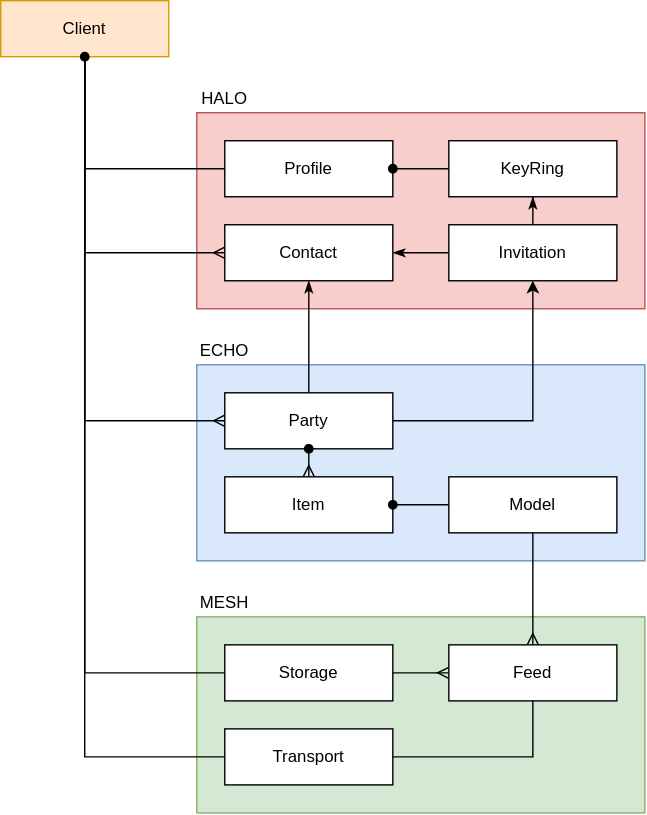
This is docs/content/diagrams/api.svg from dxos-deprecated/sdk, a draw.io export, as it was before one commit. Source tidied: cells renumbered, new cells last; positions are measured from the earlier drawing's top-left corner, leaving out a move shared by most shapes.
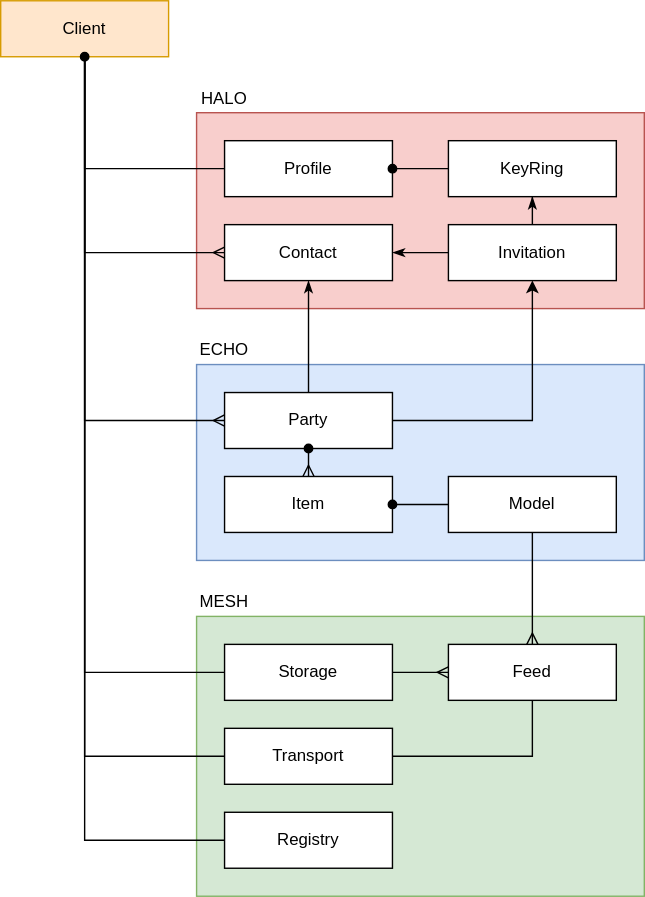
The same file after the commit.

Diff of the diagram source:
```diff
@@ -3,7 +3,7 @@
     <mxCell id="0" />
     <mxCell id="1" parent="0" />
     <mxCell id="2" style="rounded=0;whiteSpace=wrap;html=1;fillColor=#d5e8d4;strokeColor=#82b366;" parent="1" vertex="1">
-      <mxGeometry x="140" y="440" width="320" height="140" as="geometry" />
+      <mxGeometry x="140" y="440" width="320" height="200" as="geometry" />
     </mxCell>
     <mxCell id="3" style="rounded=0;whiteSpace=wrap;html=1;fillColor=#dae8fc;strokeColor=#6c8ebf;" parent="1" vertex="1">
       <mxGeometry x="140" y="260" width="320" height="140" as="geometry" />
@@ -17,6 +17,9 @@
     <mxCell id="6" style="edgeStyle=orthogonalEdgeStyle;rounded=0;jettySize=auto;html=1;exitX=0.5;exitY=1;exitDx=0;exitDy=0;entryX=0;entryY=0.5;entryDx=0;entryDy=0;startArrow=none;startFill=0;endArrow=none;endFill=0;" parent="1" edge="1" source="7" target="33">
       <mxGeometry relative="1" as="geometry" />
     </mxCell>
+    <mxCell id="34" style="edgeStyle=orthogonalEdgeStyle;rounded=0;jettySize=auto;html=1;exitX=0.5;exitY=1;exitDx=0;exitDy=0;entryX=0;entryY=0.5;entryDx=0;entryDy=0;endArrow=none;endFill=0;" parent="1" edge="1" source="7" target="35">
+      <mxGeometry relative="1" as="geometry" />
+    </mxCell>
     <mxCell id="7" value="Client" style="rounded=0;whiteSpace=wrap;html=1;fillColor=#ffe6cc;strokeColor=#d79b00;" parent="1" vertex="1">
       <mxGeometry width="120" height="40" as="geometry" />
     </mxCell>
@@ -98,5 +101,8 @@
     <mxCell id="33" value="Transport" style="rounded=0;whiteSpace=wrap;html=1;" parent="1" vertex="1">
       <mxGeometry x="160" y="520" width="120" height="40" as="geometry" />
     </mxCell>
+    <mxCell id="35" value="Registry" style="rounded=0;whiteSpace=wrap;html=1;" parent="1" vertex="1">
+      <mxGeometry x="160" y="580" width="120" height="40" as="geometry" />
+    </mxCell>
   </root>
 </mxGraphModel>
```
